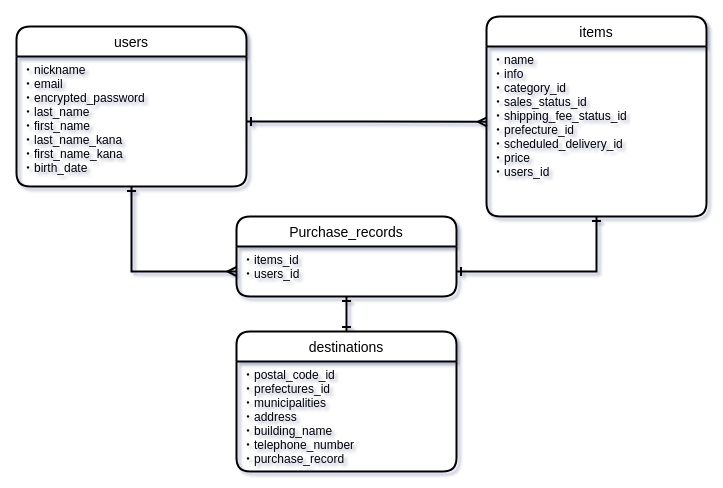
Earlier version of the draw.io diagram furima.dio (kohta-rainy/furima-36098). Source tidied: cells renumbered, new cells numbered last; positions are measured from the earlier drawing's top-left corner, leaving out a move shared by most shapes. Both pictures are drawn from the tidied source at 100%, with x=0, y=0 at pixel (16, 16).
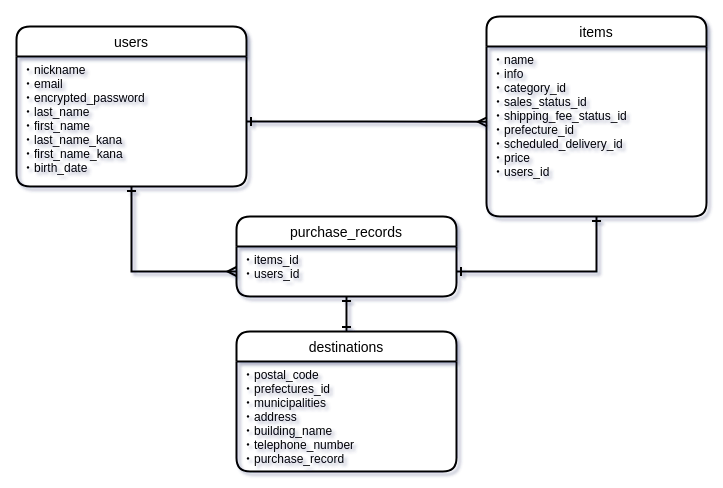
After the change.

The edit, as a diff of the source:
```diff
@@
 <mxGraphModel shadow="1">
   <root>
     <mxCell id="0" />
     <mxCell id="1" parent="0" />
     <mxCell id="2" value="users" style="swimlane;horizontal=1;startSize=30;rounded=1;fontSize=14;fontStyle=0;strokeWidth=2;shadow=0;dashed=0;align=center;" parent="1" vertex="1">
       <mxGeometry y="10" width="230" height="160" as="geometry" />
     </mxCell>
     <mxCell id="3" value="・nickname&#10;・email&#10;・encrypted_password&#10;・last_name&#10;・first_name&#10;・last_name_kana&#10;・first_name_kana&#10;・birth_date&#10;&#10;&#10;&#10;&#10;&#10;&#10;&#10;" style="align=left;strokeColor=none;fillColor=none;spacingLeft=4;fontSize=12;verticalAlign=top;" parent="2" vertex="1">
       <mxGeometry y="30" width="230" height="130" as="geometry" />
     </mxCell>
     <mxCell id="4" value="items" style="swimlane;horizontal=1;startSize=30;rounded=1;fontSize=14;fontStyle=0;strokeWidth=2;shadow=0;dashed=0;align=center;" parent="1" vertex="1">
       <mxGeometry x="470" width="220" height="200" as="geometry" />
     </mxCell>
     <mxCell id="5" value="・name &#10;・info   &#10;・category_id&#10;・sales_status_id&#10;・shipping_fee_status_id&#10;・prefecture_id&#10;・scheduled_delivery_id&#10;・price&#10;・users_id&#10;&#10;&#10;&#10;&#10;&#10;&#10;&#10;&#10;&#10;&#10;&#10;&#10;&#10;&#10;&#10;&#10;&#10;&#10;&#10;&#10;&#10;&#10;&#10;&#10;&#10;" style="align=left;strokeColor=none;fillColor=none;spacingLeft=4;fontSize=12;verticalAlign=top;" parent="4" vertex="1">
       <mxGeometry y="30" width="220" height="170" as="geometry" />
     </mxCell>
-    <mxCell id="6" value="Purchase_records" style="swimlane;horizontal=1;startSize=30;rounded=1;fontSize=14;fontStyle=0;strokeWidth=2;shadow=0;dashed=0;align=center;" parent="1" vertex="1">
+    <mxCell id="6" value="purchase_records" style="swimlane;horizontal=1;startSize=30;rounded=1;fontSize=14;fontStyle=0;strokeWidth=2;shadow=0;dashed=0;align=center;" parent="1" vertex="1">
       <mxGeometry x="220" y="200" width="220" height="80" as="geometry" />
     </mxCell>
     <mxCell id="7" value="・items_id&#10;・users_id&#10;&#10;&#10;&#10;&#10;&#10;&#10;&#10;" style="align=left;strokeColor=none;fillColor=none;spacingLeft=4;fontSize=12;verticalAlign=top;" parent="6" vertex="1">
       <mxGeometry y="30" width="220" height="50" as="geometry" />
     </mxCell>
     <mxCell id="8" value="destinations" style="swimlane;horizontal=1;startSize=30;rounded=1;fontSize=14;fontStyle=0;strokeWidth=2;shadow=0;dashed=0;align=center;" parent="1" vertex="1">
       <mxGeometry x="220" y="315" width="220" height="140" as="geometry" />
     </mxCell>
-    <mxCell id="9" value="・postal_code_id&#10;・prefectures_id&#10;・municipalities&#10;・address&#10;・building_name&#10;・telephone_number&#10;・purchase_record&#10;&#10;&#10;&#10;&#10;&#10;&#10;&#10;&#10;&#10;&#10;" style="align=left;strokeColor=none;fillColor=none;spacingLeft=4;fontSize=12;verticalAlign=top;" parent="8" vertex="1">
+    <mxCell id="9" value="・postal_code&#10;・prefectures_id&#10;・municipalities&#10;・address&#10;・building_name&#10;・telephone_number&#10;・purchase_record&#10;&#10;&#10;&#10;&#10;&#10;&#10;&#10;&#10;&#10;&#10;" style="align=left;strokeColor=none;fillColor=none;spacingLeft=4;fontSize=12;verticalAlign=top;" parent="8" vertex="1">
       <mxGeometry y="30" width="220" height="110" as="geometry" />
     </mxCell>
     <mxCell id="10" style="edgeStyle=orthogonalEdgeStyle;rounded=0;jettySize=auto;html=1;exitX=1;exitY=0.5;exitDx=0;exitDy=0;entryX=0.002;entryY=0.443;entryDx=0;entryDy=0;entryPerimeter=0;startArrow=ERone;startFill=0;endArrow=ERmany;endFill=0;strokeWidth=2;" parent="1" edge="1" source="3" target="5">
       <mxGeometry relative="1" as="geometry" />
     </mxCell>
     <mxCell id="11" style="edgeStyle=orthogonalEdgeStyle;rounded=0;jettySize=auto;html=1;exitX=0.5;exitY=1;exitDx=0;exitDy=0;entryX=0;entryY=0.5;entryDx=0;entryDy=0;startArrow=ERone;startFill=0;endArrow=ERmany;endFill=0;strokeWidth=2;" parent="1" edge="1" source="3" target="7">
       <mxGeometry relative="1" as="geometry" />
     </mxCell>
     <mxCell id="12" style="edgeStyle=orthogonalEdgeStyle;rounded=0;jettySize=auto;html=1;exitX=0.5;exitY=1;exitDx=0;exitDy=0;entryX=1;entryY=0.5;entryDx=0;entryDy=0;startArrow=ERone;startFill=0;endArrow=ERone;endFill=0;strokeWidth=2;" parent="1" edge="1" source="5" target="7">
       <mxGeometry relative="1" as="geometry" />
     </mxCell>
     <mxCell id="13" style="edgeStyle=orthogonalEdgeStyle;rounded=0;jettySize=auto;html=1;exitX=0.5;exitY=1;exitDx=0;exitDy=0;entryX=0.5;entryY=0;entryDx=0;entryDy=0;startArrow=ERone;startFill=0;endArrow=ERone;endFill=0;strokeWidth=2;" parent="1" edge="1" source="7" target="8">
       <mxGeometry relative="1" as="geometry" />
     </mxCell>
   </root>
 </mxGraphModel>
```
